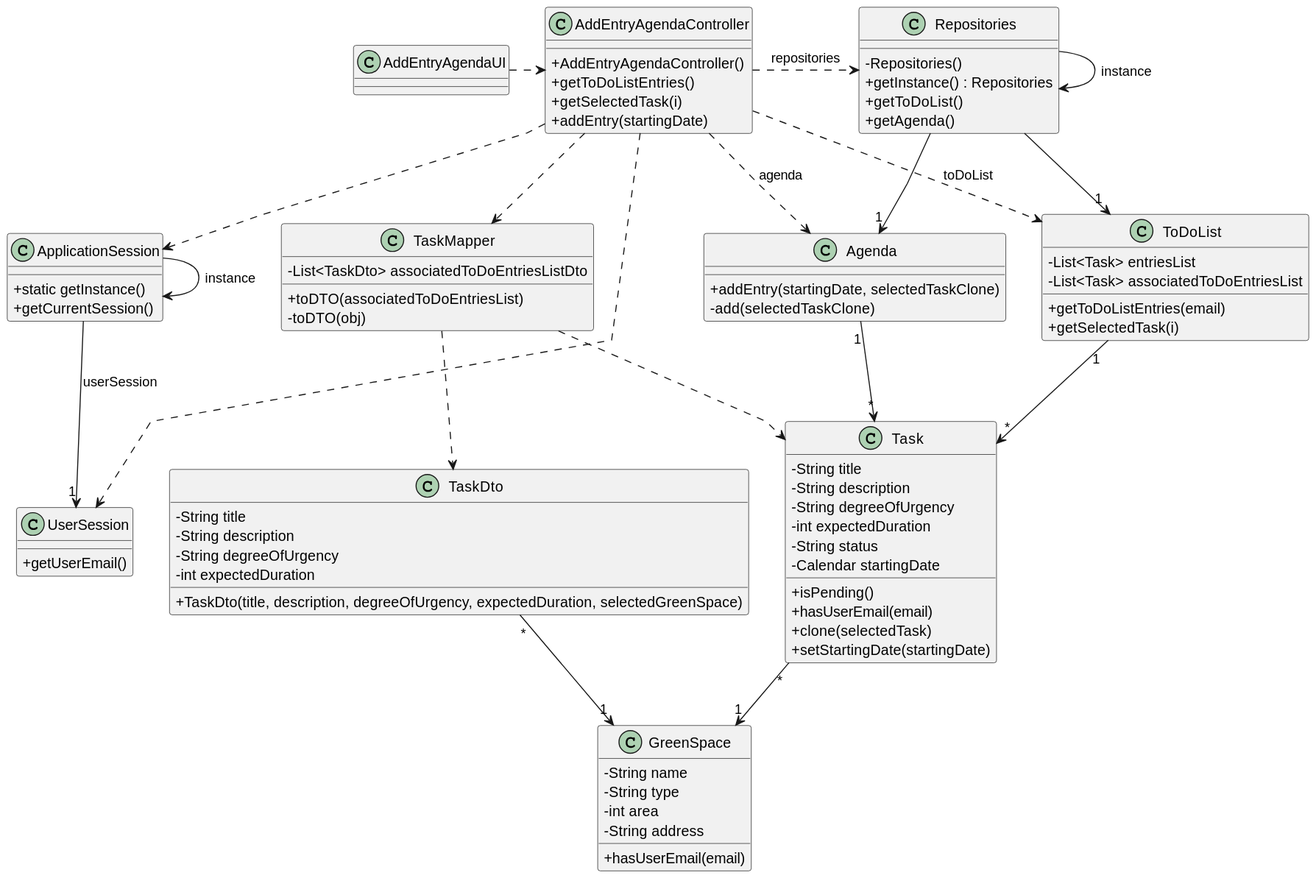
This is docs/sprintC/us022/03.design/svg/us022-class-diagram.svg from Departamento-de-Engenharia-Informatica/lei-24-s2-1dm-g132, a PlantUML export, as it was before one commit.
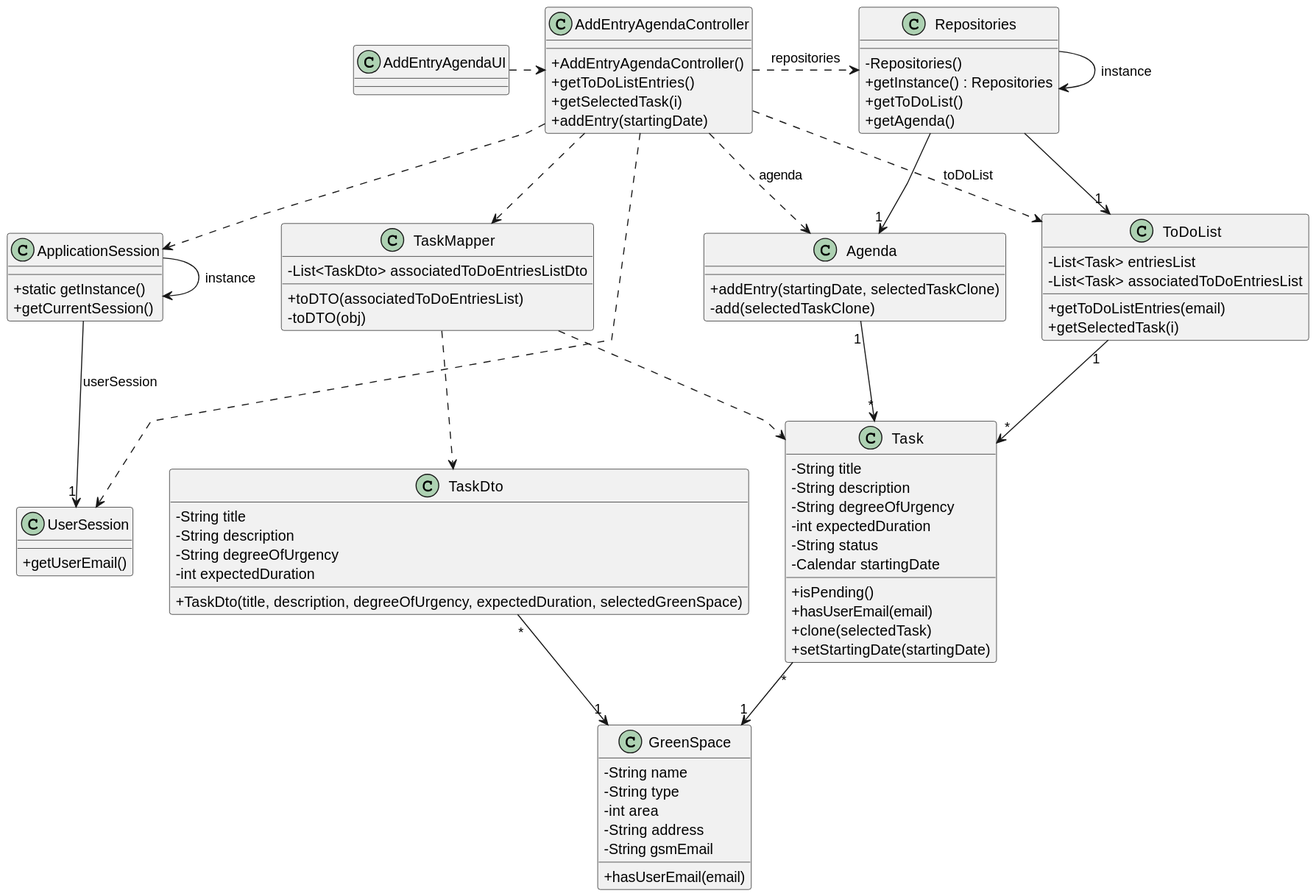
After the commit.

Commit message:
Green space class minor change on class diagrams

What changed in the source:
```diff
@@ -52,6 +52,7 @@
     - String type
     - int area
     - String address
+    - String gsmEmail
     + hasUserEmail(email)
 }
 
```
